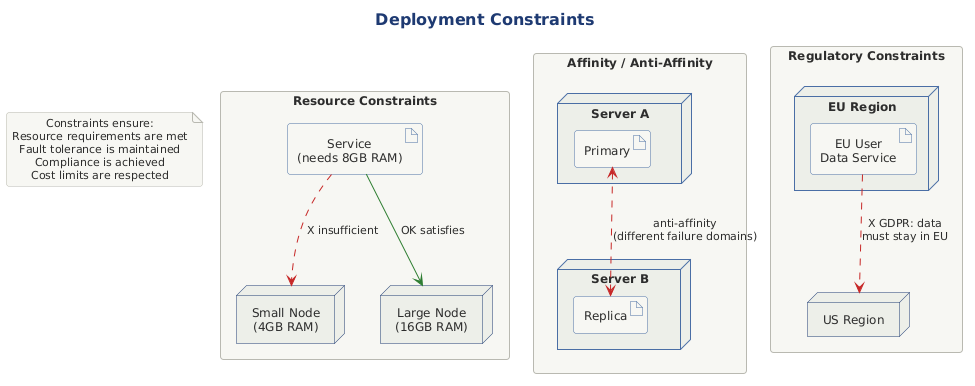
The PlantUML diagram src/architecture/views-and-beyond/style-catalogs/allocation/deployment-style/png/deployment-constraints.png in Notoriousjayy/latex-docs, before a commit.
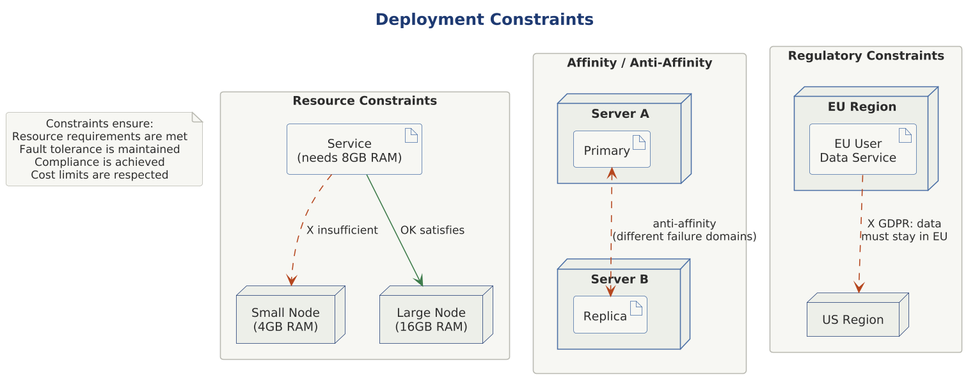
The same file after the commit.

Change to the diagram source:
```diff
@@ -1,4 +1,9 @@
 @startuml
+
+skinparam dpi 150
+
+
+
 
 title Deployment Constraints
 
@@ -9,8 +14,8 @@
     node "Small Node\n(4GB RAM)" as smallNode
     node "Large Node\n(16GB RAM)" as largeNode
 
-    svc8gb -[#C62828,dashed]-> smallNode : X insufficient
-    svc8gb -[#2E7D32]-> largeNode : OK satisfies
+    svc8gb -[$line_invalid,dashed]-> smallNode : X insufficient
+    svc8gb -[$line_ok]-> largeNode : OK satisfies
 }
 
 rectangle "Affinity / Anti-Affinity" as affinity {
@@ -21,7 +26,7 @@
         artifact "Replica" as replica
     }
 
-    primary <-[#C62828,dashed]-> replica : anti-affinity\n(different failure domains)
+    primary <-[$line_invalid,dashed]-> replica : anti-affinity\n(different failure domains)
 }
 
 rectangle "Regulatory Constraints" as regulatory {
@@ -30,7 +35,7 @@
     }
     node "US Region" as usRegion
 
-    euData -[#C62828,dashed]-> usRegion : X GDPR: data\nmust stay in EU
+    euData -[$line_invalid,dashed]-> usRegion : X GDPR: data\nmust stay in EU
 }
 
 note as constraintNote
```
